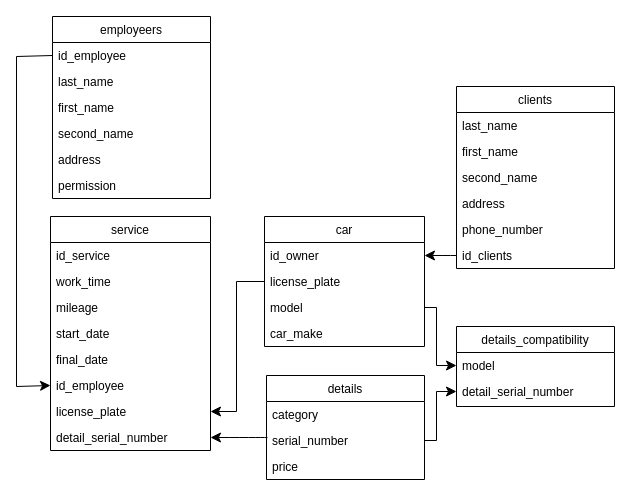
Before: models/реляционная модель.png.drawio in ledeylin/CarServiceApp, a draw.io diagram. Source tidied: cells renumbered, new cells numbered last; positions are measured from the earlier drawing's top-left corner, leaving out a move shared by most shapes. Both pictures are drawn from the tidied source at 100%, with x=0, y=0 at pixel (16, 16).
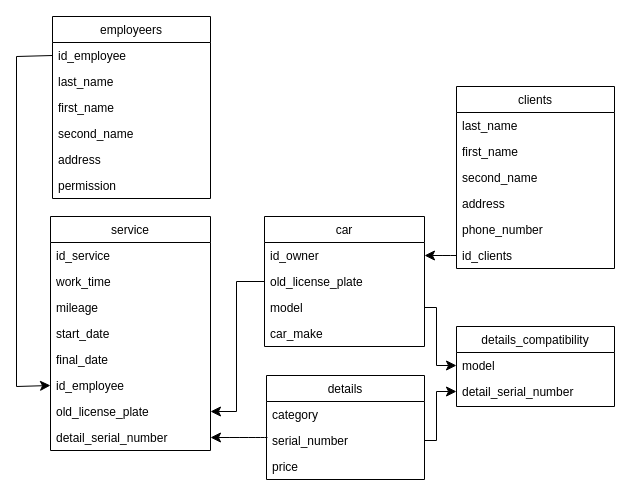
The same page after the edit.

The change refers to these unchanged cells:
```xml
<mxCell id="2" value="car" style="swimlane;fontStyle=0;align=center;verticalAlign=top;horizontal=1;startSize=26;rounded=0;shadow=0;strokeWidth=1;" parent="1" vertex="1">
  <mxGeometry x="248" y="200" width="160" height="130" as="geometry" />
</mxCell>
<mxCell id="7" value="service" style="swimlane;fontStyle=0;align=center;verticalAlign=top;horizontal=1;startSize=26;rounded=0;shadow=0;strokeWidth=1;" parent="1" vertex="1">
  <mxGeometry x="34" y="200" width="160" height="234" as="geometry" />
</mxCell>
```

Change to the diagram source:
```diff
@@
-    <mxCell id="4" value="license_plate" style="text;align=left;verticalAlign=top;spacingLeft=4;spacingRight=4;overflow=hidden;points=[[0,0.5],[1,0.5]];portConstraint=eastwest;" parent="2" vertex="1">
+    <mxCell id="4" value="old_license_plate" style="text;align=left;verticalAlign=top;spacingLeft=4;spacingRight=4;overflow=hidden;points=[[0,0.5],[1,0.5]];portConstraint=eastwest;" parent="2" vertex="1">
       <mxGeometry y="52" width="160" height="26" as="geometry" />
     </mxCell>
@@
-    <mxCell id="14" value="license_plate" style="text;align=left;verticalAlign=top;spacingLeft=4;spacingRight=4;overflow=hidden;points=[[0,0.5],[1,0.5]];portConstraint=eastwest;" parent="7" vertex="1">
+    <mxCell id="14" value="old_license_plate" style="text;align=left;verticalAlign=top;spacingLeft=4;spacingRight=4;overflow=hidden;points=[[0,0.5],[1,0.5]];portConstraint=eastwest;" parent="7" vertex="1">
       <mxGeometry y="182" width="160" height="26" as="geometry" />
     </mxCell>
```
